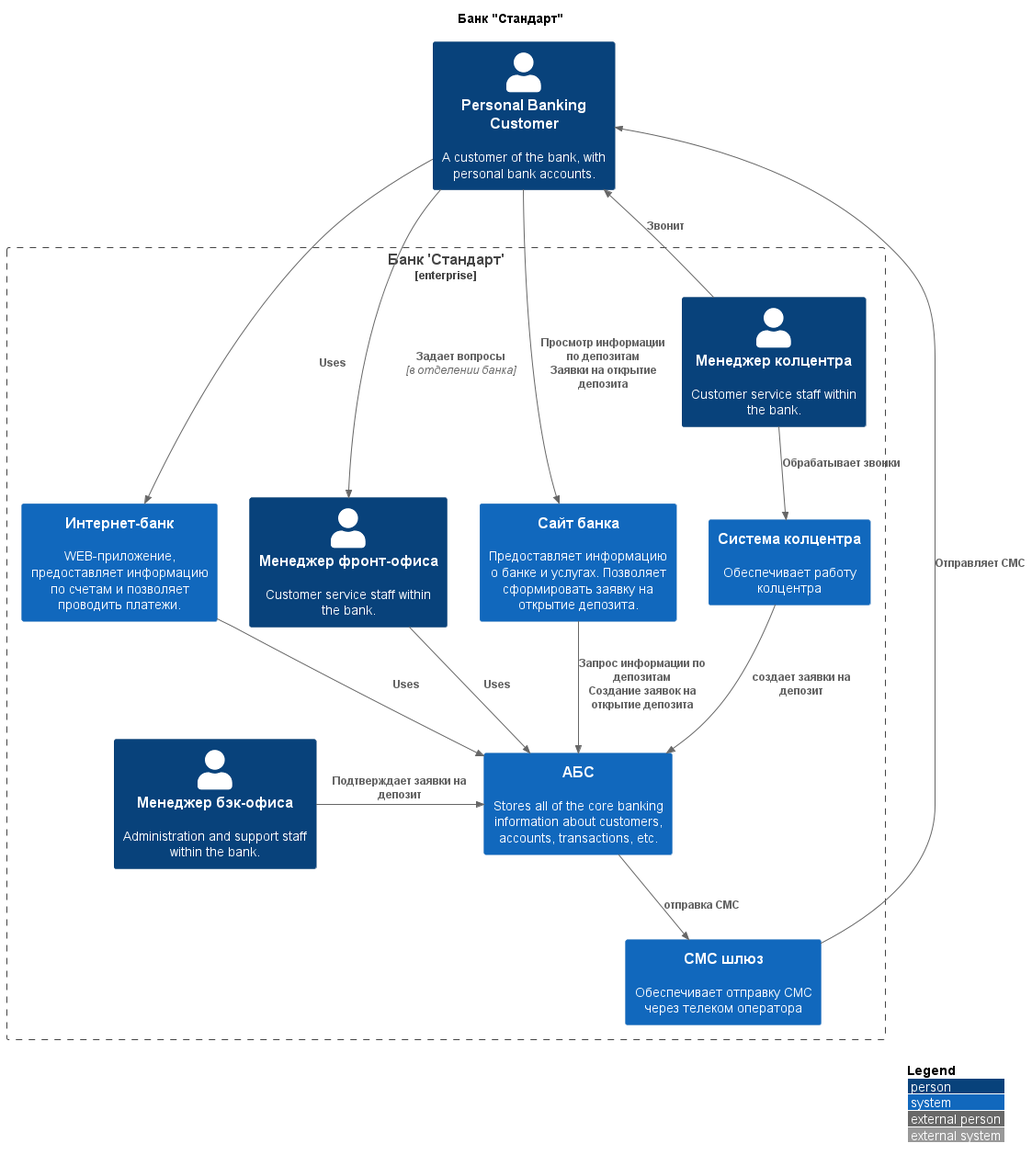
This is Task3/context.png from a-zvada/architecture-standart, a PlantUML export, as it was before one commit.
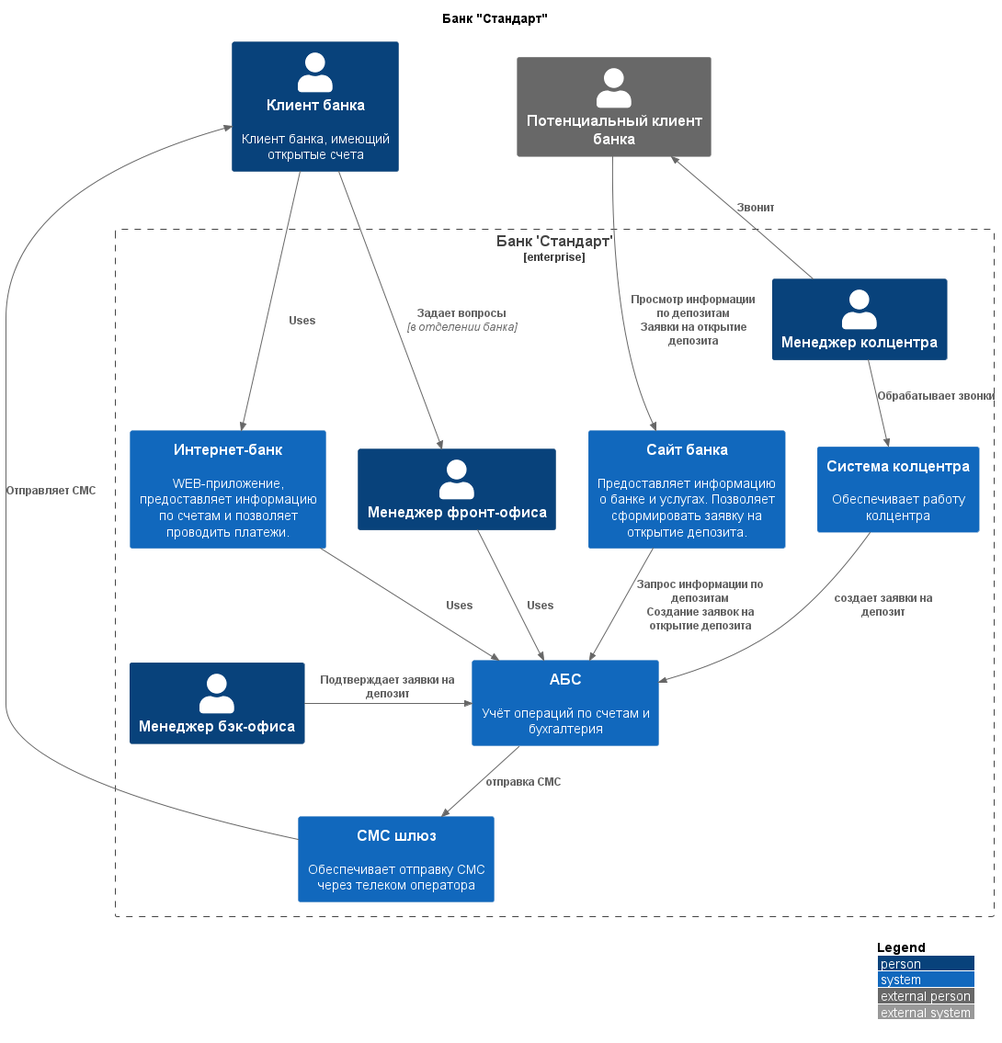
Above is the later version.

What changed in the source:
```diff
@@ -5,7 +5,8 @@
 
 title Банк "Стандарт"
 
-Person(customer, "Personal Banking Customer", "A customer of the bank, with personal bank accounts.")
+Person(customer, "Клиент банка", "Клиент банка, имеющий открытые счета")
+Person_Ext(customer2, "Потенциальный клиент банка")
 
 Enterprise_Boundary(c0, "Банк 'Стандарт'") {
     System(banking_system, "Интернет-банк", "WEB-приложение, предоставляет информацию по счетам и позволяет проводить платежи.")
@@ -13,16 +14,16 @@
 
     System(mail_system, "СМС шлюз", "Обеспечивает отправку СМС через телеком оператора")
 
-    System(mainframe1, "АБС", "Stores all of the core banking information about customers, accounts, transactions, etc.")
+    System(mainframe1, "АБС", "Учёт операций по счетам и бухгалтерия")
     System(call_c, "Система колцентра", "Обеспечивает работу колцентра")
 
-    Person(call, "Менеджер колцентра", "Customer service staff within the bank.")
-    Person(customer_service, "Менеджер фронт-офиса", "Customer service staff within the bank.")
-    Person(back_office, "Менеджер бэк-офиса", "Administration and support staff within the bank.")
+    Person(call, "Менеджер колцентра", "")
+    Person(customer_service, "Менеджер фронт-офиса", "")
+    Person(back_office, "Менеджер бэк-офиса", "")
 }
 
 Rel_Neighbor(customer, banking_system, "Uses")
-Rel_Back(customer, call, "Звонит")
+Rel_Back(customer2, call, "Звонит")
 Rel_Back(customer, mail_system, "Отправляет СМС")
 
 Rel_D(call, call_c, "Обрабатывает звонки")
@@ -35,8 +36,9 @@
 Rel(customer_service, mainframe1, "Uses")
 Rel_Neighbor(back_office, mainframe1, "Подтверждает заявки на депозит")
 
-Rel(customer, site, "Просмотр информации по депозитам\nЗаявки на открытие депозита")
+Rel(customer2, site, "Просмотр информации по депозитам\nЗаявки на открытие депозита")
 Rel(site, mainframe1, "Запрос информации по депозитам\nСоздание заявок на открытие депозита")
 
 Lay_R(back_office, mainframe1)
+Lay_R(customer, customer2)
 @enduml
```
